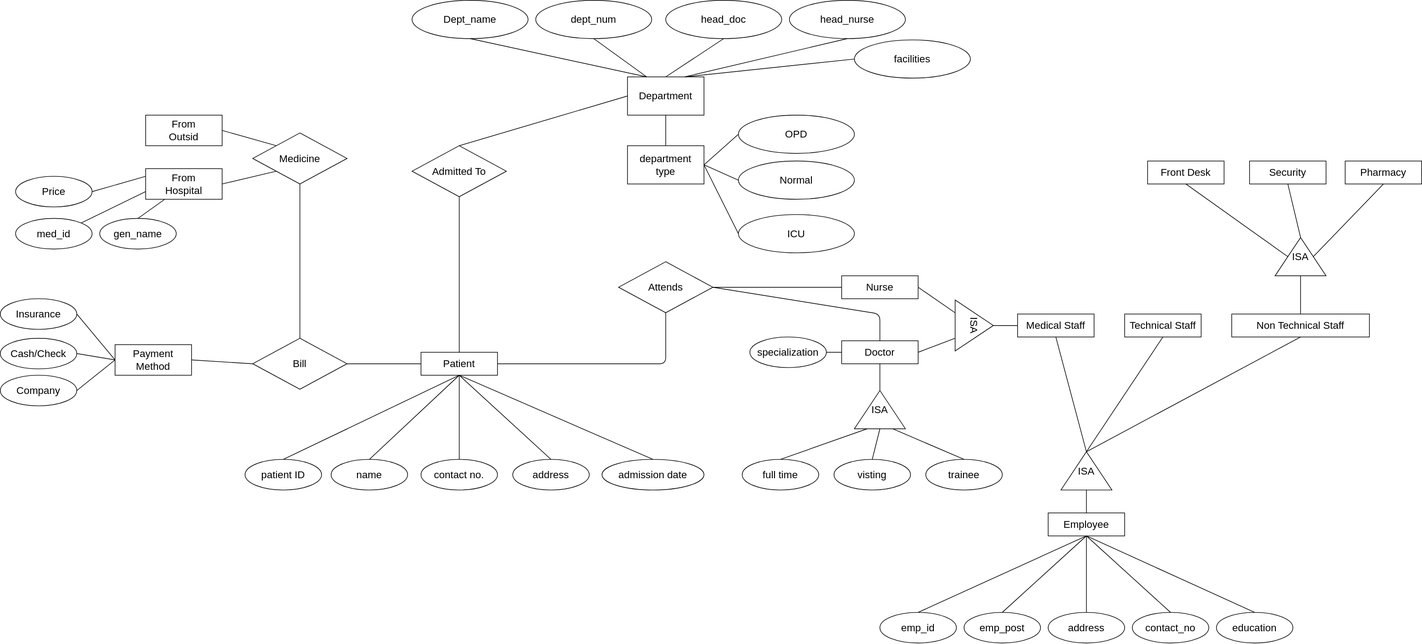
Above: er_dig_hospital_mgm_26_09_2020.svg in listout/drawio_digs (draw.io), before the change. Source tidied: cells renumbered, new cells last; positions are measured from the earlier drawing's top-left corner, leaving out a move shared by most shapes.
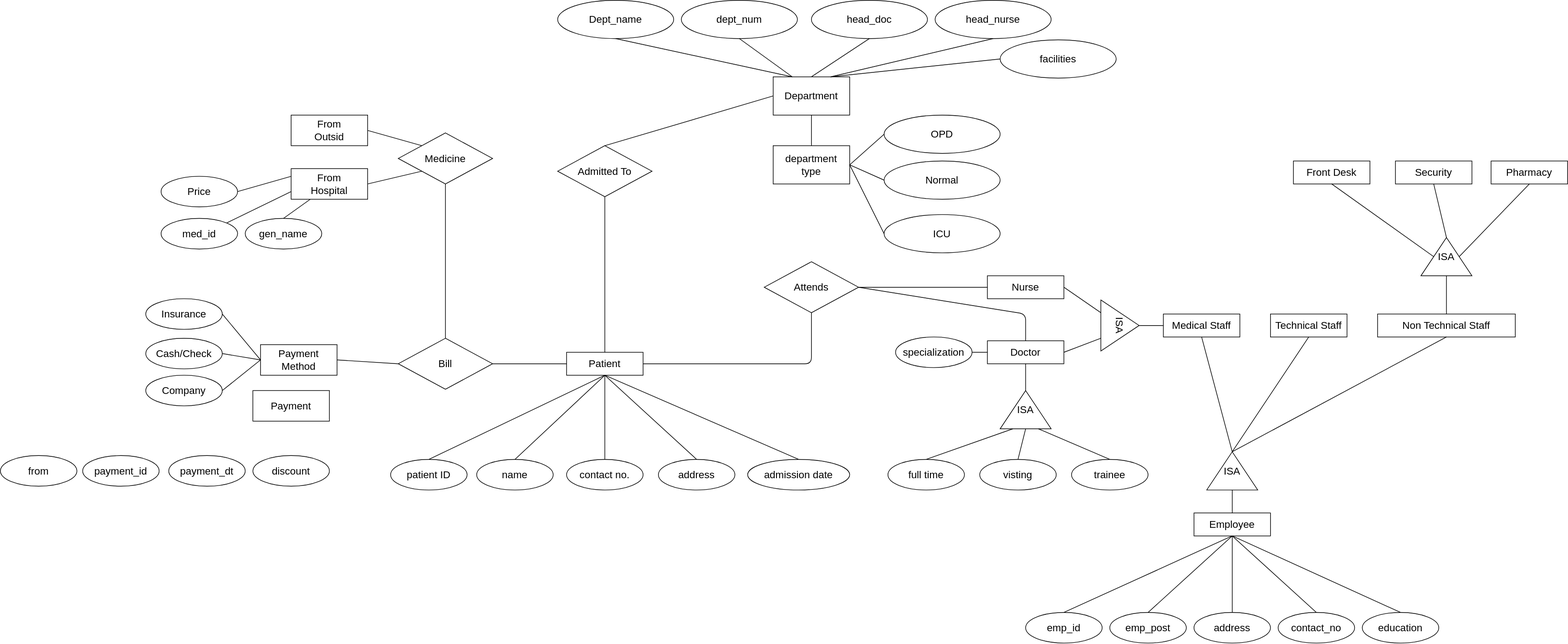
After the change.

The edit, as a diff of the source:
```diff
@@ -316,5 +316,20 @@
     <mxCell id="103" style="endArrow=none;html=1;fontSize=16;entryX=1;entryY=0.5;entryDx=0;entryDy=0;exitX=0;exitY=0.25;exitDx=0;exitDy=0;" parent="1" edge="1" source="92" target="95">
       <mxGeometry relative="1" as="geometry" />
     </mxCell>
+    <mxCell id="104" value="Payment" style="rounded=0;whiteSpace=wrap;html=1;fontSize=16;" parent="1" vertex="1">
+      <mxGeometry x="168" y="612" width="120" height="48" as="geometry" />
+    </mxCell>
+    <mxCell id="105" value="payment_id" style="ellipse;whiteSpace=wrap;html=1;fontSize=16;" parent="1" vertex="1">
+      <mxGeometry x="-99" y="714" width="120" height="48" as="geometry" />
+    </mxCell>
+    <mxCell id="106" value="payment_dt" style="ellipse;whiteSpace=wrap;html=1;fontSize=16;" parent="1" vertex="1">
+      <mxGeometry x="36" y="714" width="120" height="48" as="geometry" />
+    </mxCell>
+    <mxCell id="107" value="discount" style="ellipse;whiteSpace=wrap;html=1;fontSize=16;" parent="1" vertex="1">
+      <mxGeometry x="168" y="714" width="120" height="48" as="geometry" />
+    </mxCell>
+    <mxCell id="108" value="from" style="ellipse;whiteSpace=wrap;html=1;fontSize=16;" parent="1" vertex="1">
+      <mxGeometry x="-228" y="714" width="120" height="48" as="geometry" />
+    </mxCell>
   </root>
 </mxGraphModel>
```
